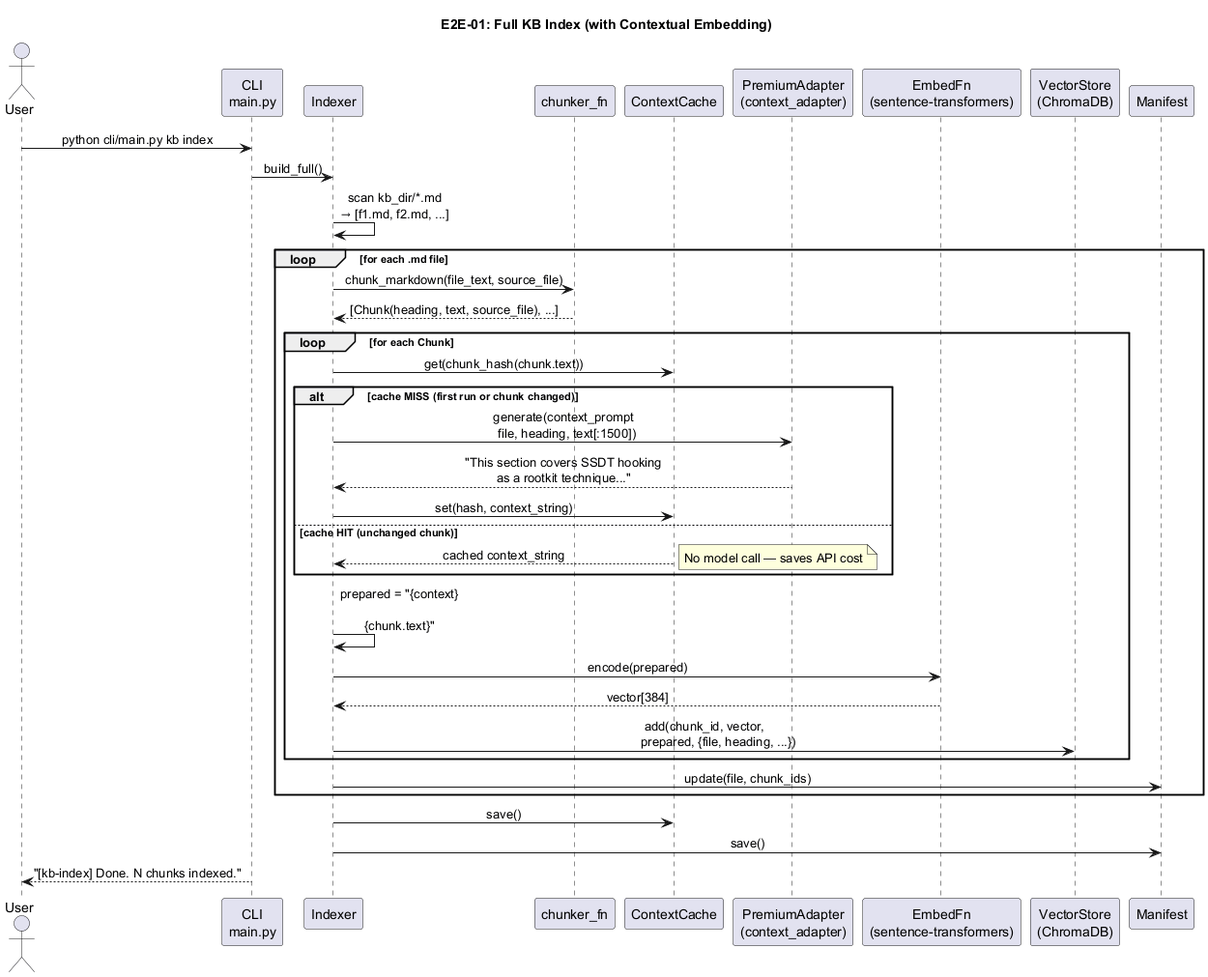
Earlier version of the PlantUML export docs/specs/modules/e2e-01-full-index.png (mailtocsprasad/ai-kb-quiz).
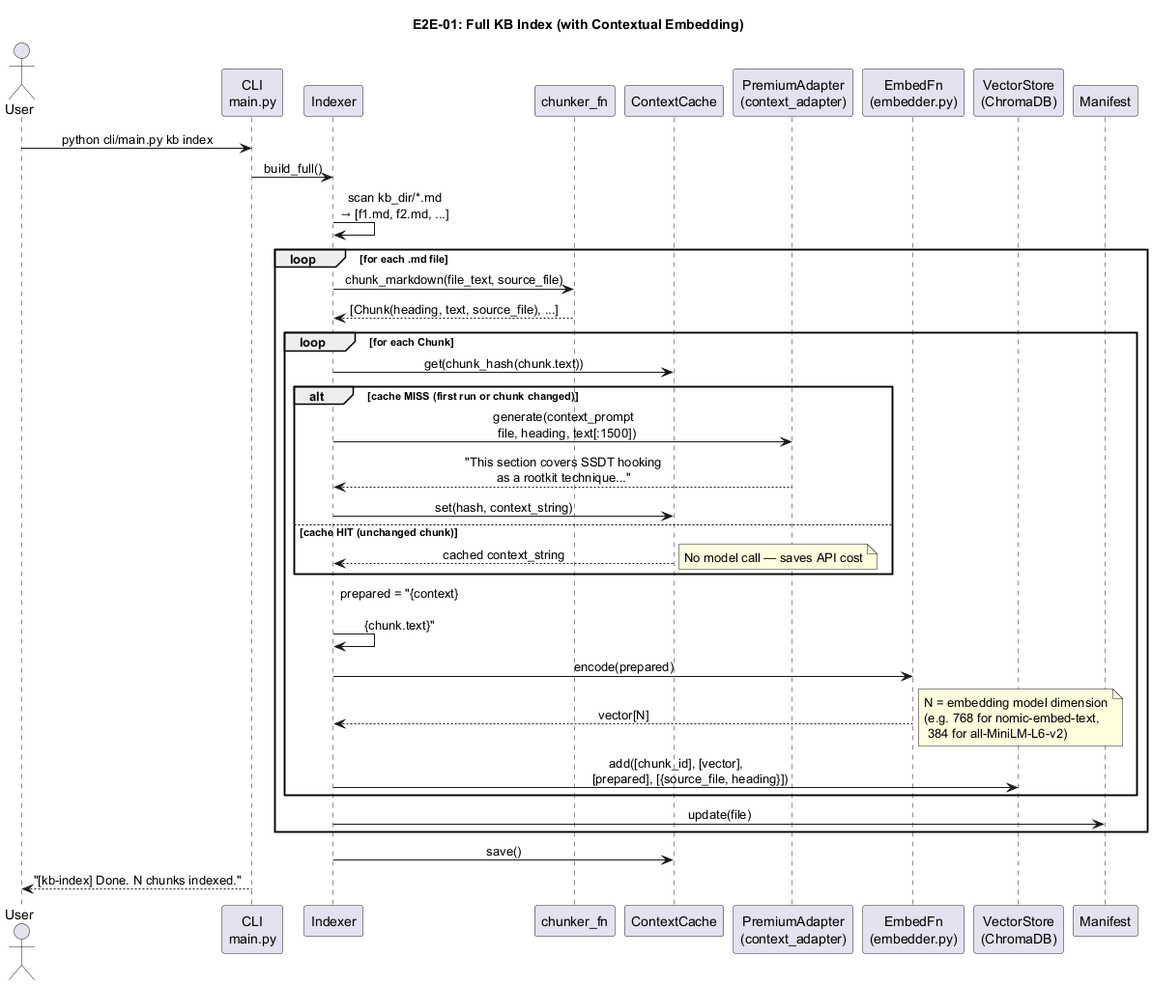
After the commit.

Change to the diagram source:
```diff
@@ -8,7 +8,7 @@
 participant "chunker_fn" as CHK
 participant "ContextCache" as CC
 participant "PremiumAdapter\n(context_adapter)" as PREM
-participant "EmbedFn\n(sentence-transformers)" as EMB
+participant "EmbedFn\n(embedder.py)" as EMB
 participant "VectorStore\n(ChromaDB)" as VS
 participant "Manifest" as MAN
 
@@ -36,15 +36,15 @@
 
     IDX -> IDX : prepared = "{context}\n\n{chunk.text}"
     IDX -> EMB : encode(prepared)
-    EMB --> IDX : vector[384]
-    IDX -> VS : add(chunk_id, vector,\n        prepared, {file, heading, ...})
+    EMB --> IDX : vector[N]
+    note right : N = embedding model dimension\n(e.g. 768 for nomic-embed-text,\n 384 for all-MiniLM-L6-v2)
+    IDX -> VS : add([chunk_id], [vector],\n        [prepared], [{source_file, heading}])
   end
 
-  IDX -> MAN : update(file, chunk_ids)
+  IDX -> MAN : update(file)
 end
 
 IDX -> CC : save()
-IDX -> MAN : save()
 
 CLI --> User : "[kb-index] Done. N chunks indexed."
 
```
